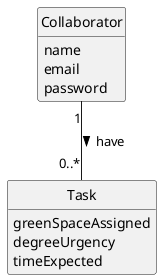
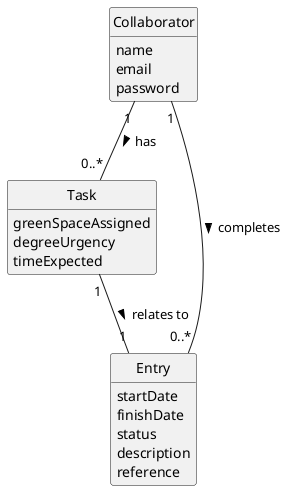
@startuml
skinparam monochrome true
skinparam packageStyle rectangle
skinparam shadowing false
- 
- 'left to right direction

skinparam classAttributeIconSize 0

hide circle
hide methods

'title Domain Model

class Collaborator {
    name
    email
    password
}

- class Task{
+ class Task {
    greenSpaceAssigned
    degreeUrgency
    timeExpected
}

+ class Entry {
+     startDate
+     finishDate
+     status
+     description
+     reference
+ }

- Collaborator "1" -- "0..*" Task : have >
+ Collaborator "1" -- "0..*" Task : has >
+ Collaborator "1" -- "0..*" Entry : completes >
+ Task "1" -- "1" Entry : relates to >

- @enduml+ @enduml
